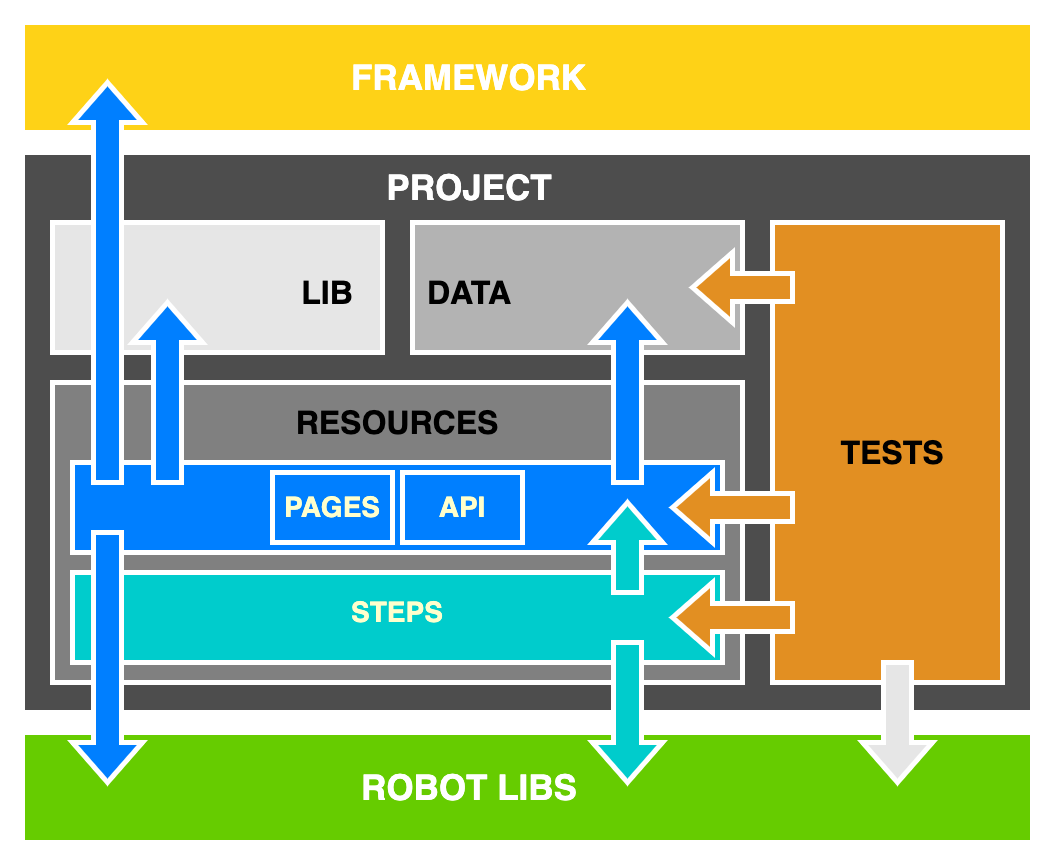
andreynav/weather keeps this draw.io diagram as scheme.png. Above is the earlier version. Source tidied: cells renumbered, new cells last; positions are measured from the earlier drawing's top-left corner, leaving out a move shared by most shapes.
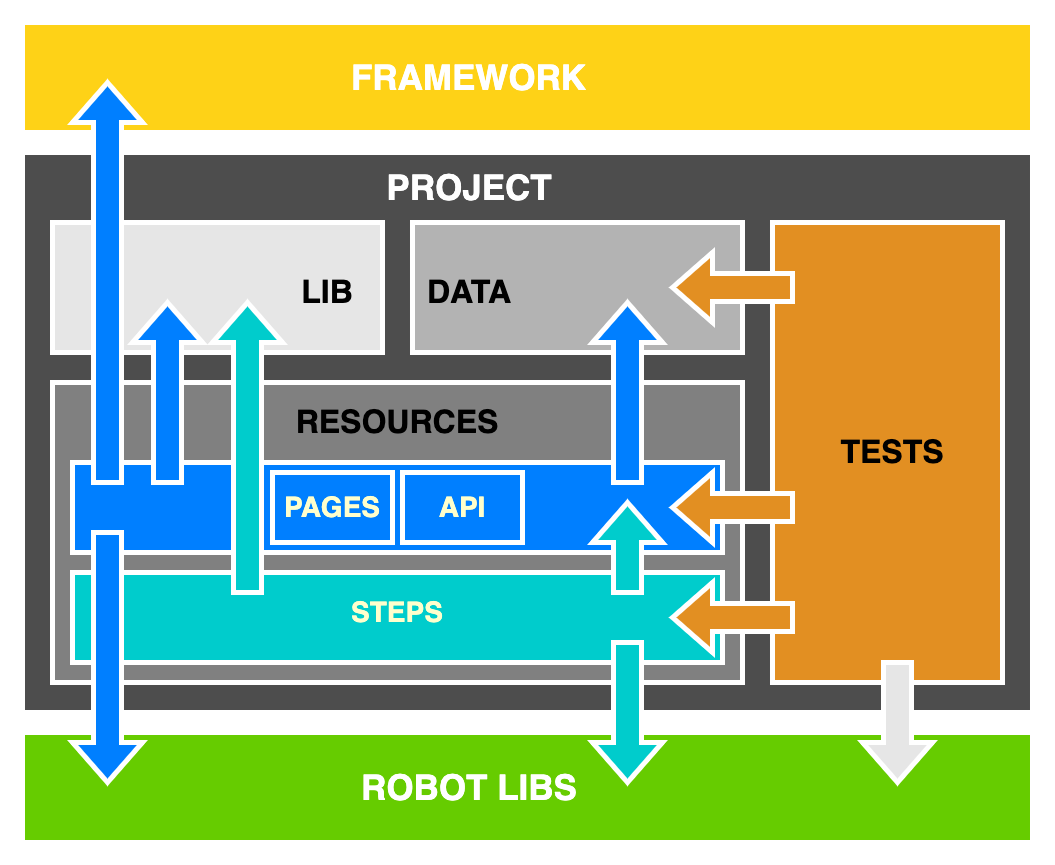
Above is the later version.

Diff of the diagram source:
```diff
@@ -57,6 +57,9 @@
     <mxCell id="22" style="rounded=0;whiteSpace=wrap;html=1;shadow=0;strokeColor=#FFFFFF;strokeWidth=5;fillColor=#00CCCC;" parent="21" vertex="1">
       <mxGeometry x="70" y="570" width="650" height="90" as="geometry" />
     </mxCell>
+    <mxCell id="47" style="html=1;shadow=0;dashed=0;align=center;verticalAlign=middle;shape=mxgraph.arrows2.arrow;dy=0.6;dx=40;direction=north;notch=0;strokeColor=#FFFFFF;strokeWidth=5;fillColor=#00CCCC;" parent="21" vertex="1">
+      <mxGeometry x="210" y="300" width="70" height="290" as="geometry" />
+    </mxCell>
     <mxCell id="23" value="Tests" parent="0" />
     <mxCell id="24" style="rounded=0;whiteSpace=wrap;html=1;shadow=0;strokeColor=#FFFFFF;strokeWidth=5;fillColor=#E28F22;" parent="23" vertex="1">
       <mxGeometry x="770" y="220" width="230" height="460" as="geometry" />
@@ -94,7 +97,7 @@
     </mxCell>
     <mxCell id="36" value="Arrows" parent="0" />
     <mxCell id="37" style="html=1;shadow=0;dashed=0;align=center;verticalAlign=middle;shape=mxgraph.arrows2.arrow;dy=0.6;dx=40;flipH=1;notch=0;strokeColor=#FFFFFF;strokeWidth=5;fillColor=#E28F22;" parent="36" vertex="1">
-      <mxGeometry x="690" y="250" width="100" height="70" as="geometry" />
+      <mxGeometry x="670" y="250" width="120" height="70" as="geometry" />
     </mxCell>
     <mxCell id="38" style="html=1;shadow=0;dashed=0;align=center;verticalAlign=middle;shape=mxgraph.arrows2.arrow;dy=0.6;dx=40;flipH=1;notch=0;strokeColor=#FFFFFF;strokeWidth=5;fillColor=#E28F22;" parent="36" vertex="1">
       <mxGeometry x="670" y="470" width="120" height="70" as="geometry" />
```
